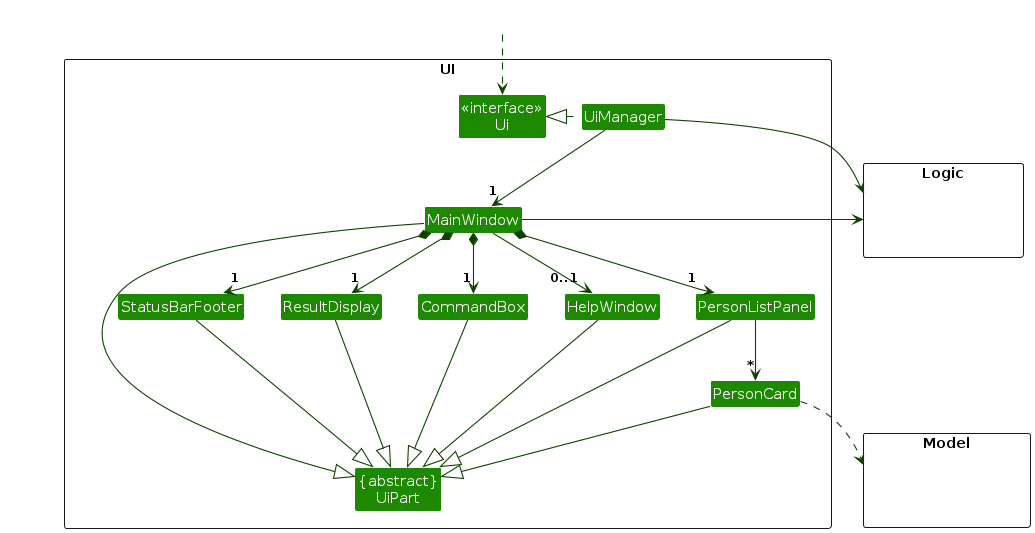
This is diagrams/UiClassDiagram.png from AY2627S1-CS2103T-T15-4/tp, a PlantUML export, as it was before one commit. Its source is kept beside it as diagrams/UiClassDiagram.puml.
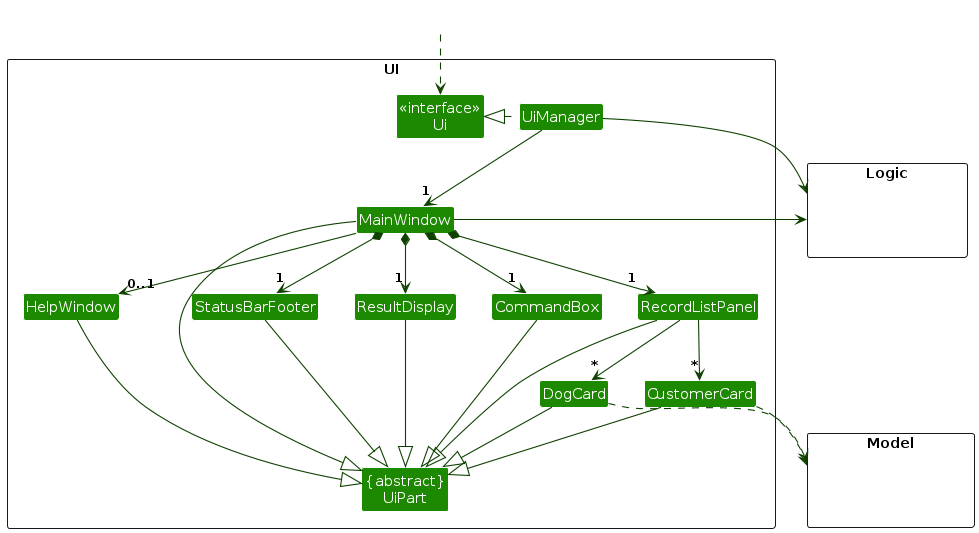
After the commit.

Diff of the diagram source:
```diff
@@ -11,8 +11,9 @@
 Class MainWindow
 Class HelpWindow
 Class ResultDisplay
-Class PersonListPanel
-Class PersonCard
+Class RecordListPanel
+Class CustomerCard
+Class DogCard
 Class StatusBarFooter
 Class CommandBox
 }
@@ -32,26 +33,29 @@
 UiManager -down-> "1" MainWindow
 MainWindow *-down->  "1" CommandBox
 MainWindow *-down-> "1" ResultDisplay
-MainWindow *-down-> "1" PersonListPanel
+MainWindow *-down-> "1" RecordListPanel
 MainWindow *-down-> "1" StatusBarFooter
 MainWindow --> "0..1" HelpWindow
 
-PersonListPanel -down-> "*" PersonCard
+RecordListPanel -down-> "*" CustomerCard
+RecordListPanel --> "*" DogCard
 
 MainWindow -left-|> UiPart
 
 ResultDisplay --|> UiPart
 CommandBox --|> UiPart
-PersonListPanel --|> UiPart
-PersonCard --|> UiPart
+RecordListPanel --|> UiPart
+CustomerCard --|> UiPart
+DogCard --|> UiPart
 StatusBarFooter --|> UiPart
 HelpWindow --|> UiPart
 
-PersonCard ..> Model
+CustomerCard ..> Model
+DogCard ..> Model
 UiManager -right-> Logic
 MainWindow -left-> Logic
 
-PersonListPanel -[hidden]left- HelpWindow
+RecordListPanel -[hidden]left- HelpWindow
 HelpWindow -[hidden]left- CommandBox
 CommandBox -[hidden]left- ResultDisplay
 ResultDisplay -[hidden]left- StatusBarFooter
```
